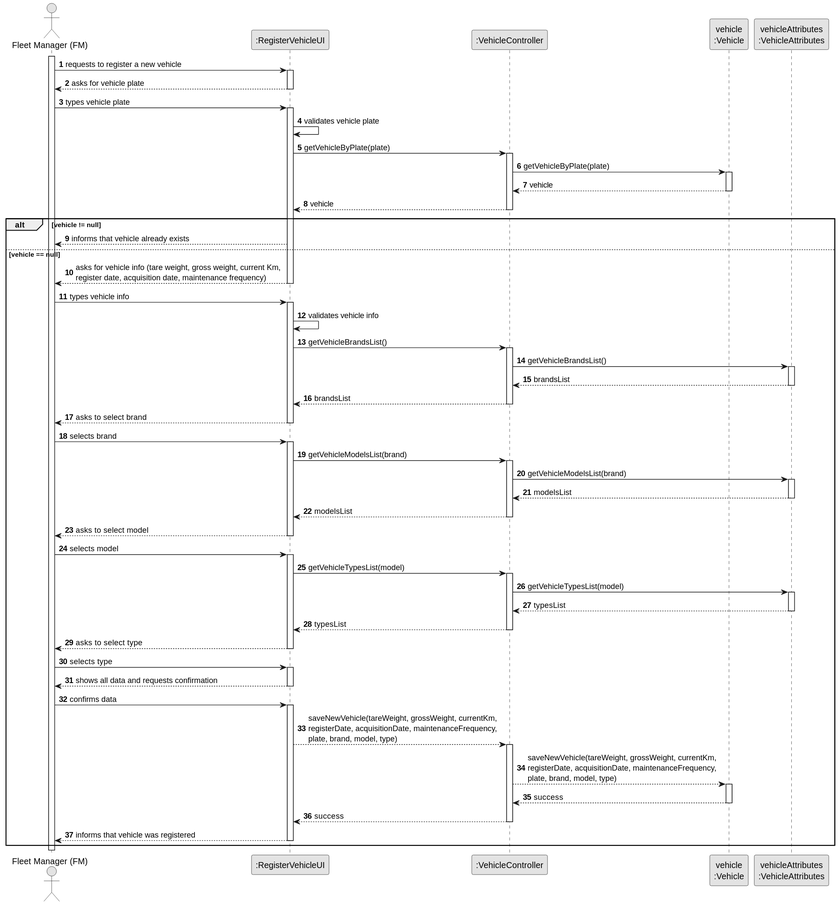
RicardoMorim/lapr2-ISEP-Project keeps this PlantUML diagram as docs/sprintB/us006/03.design/svg/us006-sequence-diagram-full.svg. Above is the earlier version.
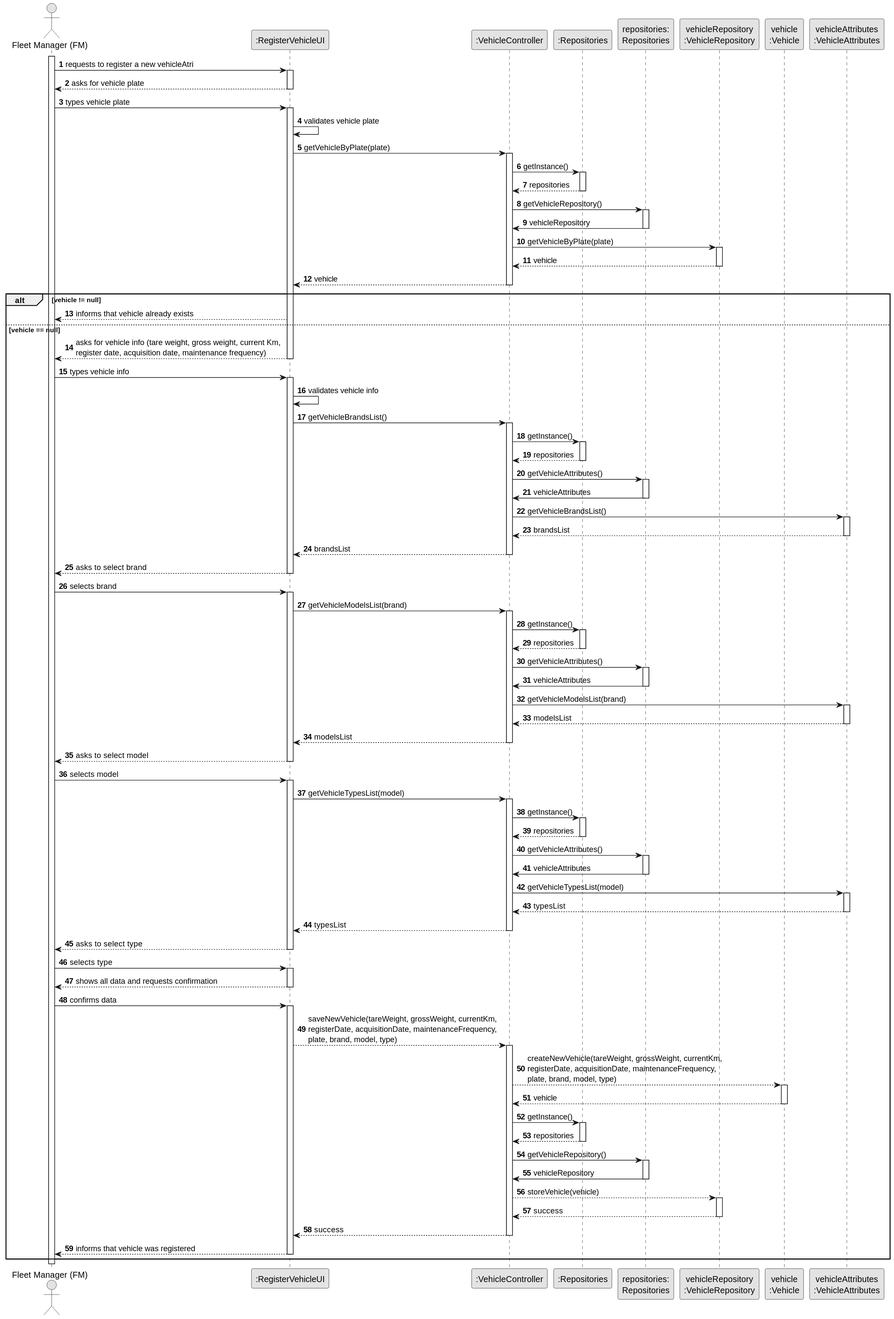
The same file after the commit.

Change to the diagram source:
```diff
@@ -8,12 +8,15 @@
 actor "Fleet Manager (FM)" as FM
 participant ":RegisterVehicleUI" as UI
 participant ":VehicleController" as CTRL
-participant "vehicle\n:Vehicle" as vehicleRep
-participant "vehicleAttributes\n:VehicleAttributes" as vehicle
+participant ":Repositories" as RepositorySingleton
+participant "repositories:\nRepositories" as PLAT
+participant "vehicleRepository\n:VehicleRepository" as vehicleRep
+participant "vehicle\n:Vehicle" as vehicle
+participant "vehicleAttributes\n:VehicleAttributes" as vehicleAtri
 
 activate FM
 
-        FM -> UI : requests to register a new vehicle
+        FM -> UI : requests to register a new vehicleAtri
         activate UI
 
         UI --> FM : asks for vehicle plate
@@ -24,7 +27,17 @@
         UI -> UI : validates vehicle plate
             UI -> CTRL : getVehicleByPlate(plate)
             activate CTRL
+            CTRL -> RepositorySingleton : getInstance()
+                                        activate RepositorySingleton
 
+                                            RepositorySingleton --> CTRL: repositories
+                                        deactivate RepositorySingleton
+
+                                        CTRL -> PLAT : getVehicleRepository()
+                                        activate PLAT
+
+                                            PLAT -> CTRL : vehicleRepository
+                                        deactivate PLAT
             CTRL -> vehicleRep : getVehicleByPlate(plate)
             activate vehicleRep
 
@@ -42,12 +55,22 @@
         UI -> UI : validates vehicle info
         UI -> CTRL : getVehicleBrandsList()
         activate CTRL
+        CTRL -> RepositorySingleton : getInstance()
+                                    activate RepositorySingleton
 
-        CTRL -> vehicle : getVehicleBrandsList()
-        activate vehicle
+                                        RepositorySingleton --> CTRL: repositories
+                                    deactivate RepositorySingleton
 
-        vehicle --> CTRL : brandsList
-        deactivate vehicle
+                                    CTRL -> PLAT : getVehicleAttributes()
+                                    activate PLAT
+
+                                        PLAT -> CTRL : vehicleAttributes
+                                    deactivate PLAT
+        CTRL -> vehicleAtri : getVehicleBrandsList()
+        activate vehicleAtri
+
+        vehicleAtri --> CTRL : brandsList
+        deactivate vehicleAtri
         CTRL --> UI : brandsList
         deactivate CTRL
         UI --> FM : asks to select brand
@@ -56,10 +79,21 @@
         activate UI
         UI -> CTRL : getVehicleModelsList(brand)
         activate CTRL
-        CTRL -> vehicle : getVehicleModelsList(brand)
-        activate vehicle
-        vehicle --> CTRL : modelsList
-        deactivate vehicle
+        CTRL -> RepositorySingleton : getInstance()
+                                    activate RepositorySingleton
+
+                                        RepositorySingleton --> CTRL: repositories
+                                    deactivate RepositorySingleton
+
+                                    CTRL -> PLAT : getVehicleAttributes()
+                                    activate PLAT
+
+                                        PLAT -> CTRL : vehicleAttributes
+                                    deactivate PLAT
+        CTRL -> vehicleAtri : getVehicleModelsList(brand)
+        activate vehicleAtri
+        vehicleAtri --> CTRL : modelsList
+        deactivate vehicleAtri
         CTRL --> UI : modelsList
         deactivate CTRL
         UI --> FM : asks to select model
@@ -68,10 +102,21 @@
         activate UI
         UI -> CTRL : getVehicleTypesList(model)
         activate CTRL
-        CTRL -> vehicle : getVehicleTypesList(model)
-        activate vehicle
-        vehicle --> CTRL : typesList
-        deactivate vehicle
+        CTRL -> RepositorySingleton : getInstance()
+                                    activate RepositorySingleton
+
+                                        RepositorySingleton --> CTRL: repositories
+                                    deactivate RepositorySingleton
+
+                                    CTRL -> PLAT : getVehicleAttributes()
+                                    activate PLAT
+
+                                        PLAT -> CTRL : vehicleAttributes
+                                    deactivate PLAT
+        CTRL -> vehicleAtri : getVehicleTypesList(model)
+        activate vehicleAtri
+        vehicleAtri --> CTRL : typesList
+        deactivate vehicleAtri
         CTRL --> UI : typesList
         deactivate CTRL
         UI --> FM : asks to select type
@@ -84,7 +129,22 @@
         activate UI
         UI --> CTRL : saveNewVehicle(tareWeight, grossWeight, currentKm, \nregisterDate, acquisitionDate, maintenanceFrequency, \nplate, brand, model, type)
         activate CTRL
-        CTRL --> vehicleRep : saveNewVehicle(tareWeight, grossWeight, currentKm, \nregisterDate, acquisitionDate, maintenanceFrequency, \nplate, brand, model, type)
+        CTRL --> vehicle : createNewVehicle(tareWeight, grossWeight, currentKm, \nregisterDate, acquisitionDate, maintenanceFrequency, \nplate, brand, model, type)
+        activate vehicle
+        vehicle --> CTRL : vehicle
+        deactivate vehicle
+        CTRL -> RepositorySingleton : getInstance()
+                                    activate RepositorySingleton
+
+                                        RepositorySingleton --> CTRL: repositories
+                                    deactivate RepositorySingleton
+
+                                    CTRL -> PLAT : getVehicleRepository()
+                                    activate PLAT
+
+                                        PLAT -> CTRL : vehicleRepository
+                                    deactivate PLAT
+        CTRL --> vehicleRep : storeVehicle(vehicle)
         activate vehicleRep
         vehicleRep --> CTRL : success
         deactivate vehicleRep
```
